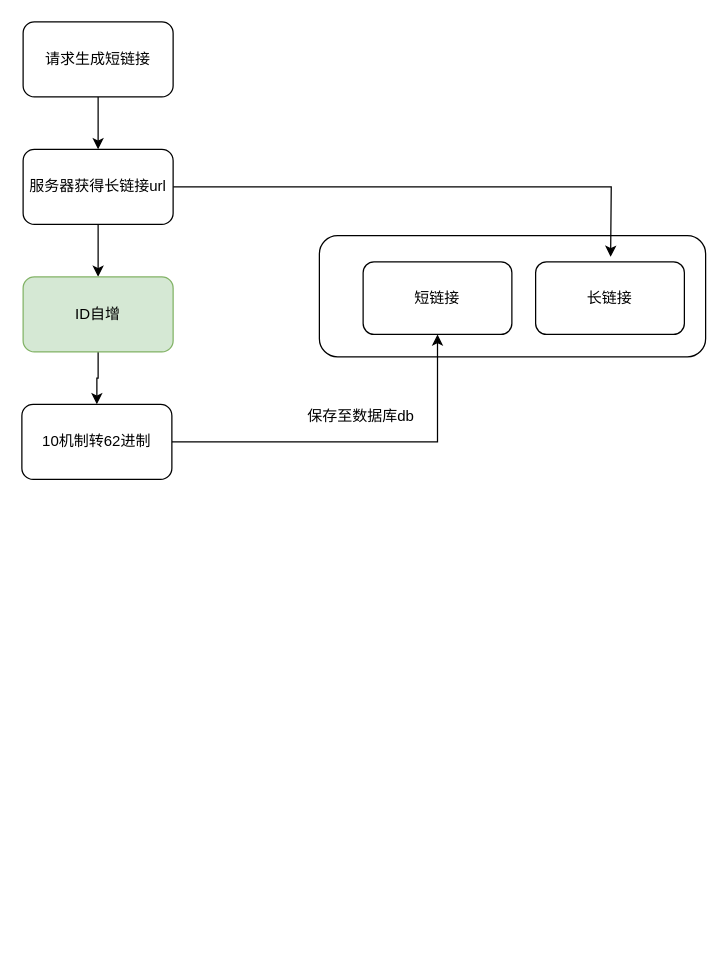
leechliao/drawio keeps this draw.io diagram as page "短链接生成" (2 of 7) of shorturl.drawio. Above is the earlier version. Source tidied: cells renumbered, new cells numbered last; positions are measured from the earlier drawing's top-left corner, leaving out a move shared by most shapes. Both pictures are drawn from the tidied source at 125%, with x=0, y=0 at pixel (21, 21).
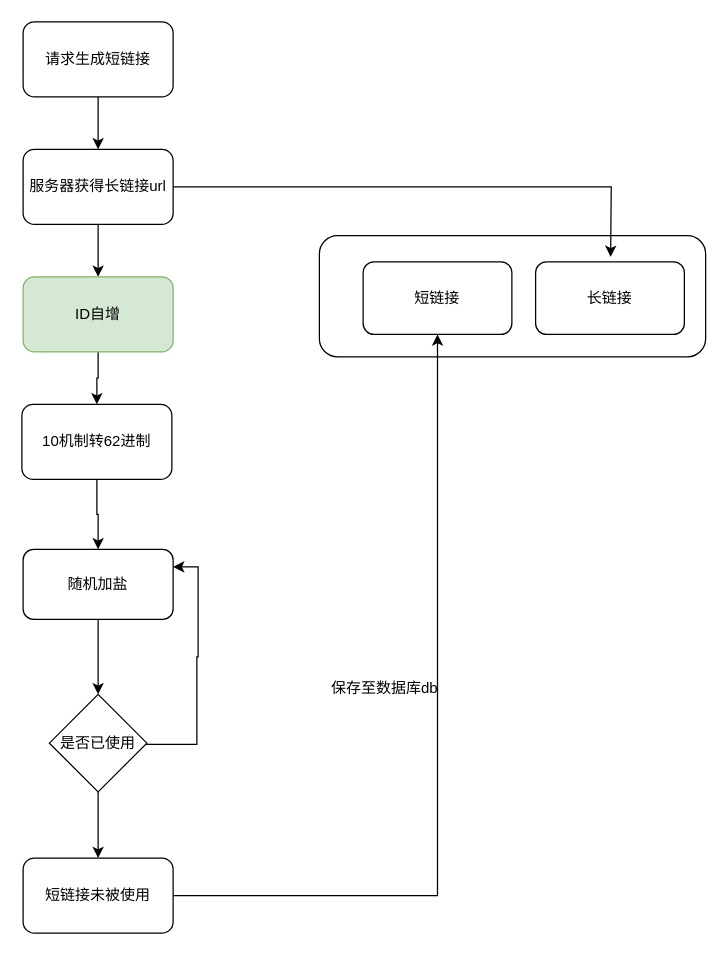
The same page after the edit.

Unchanged cells that the change refers to:
```xml
<mxCell id="9" value="&lt;span&gt;10机制转62进制&lt;/span&gt;" style="rounded=1;whiteSpace=wrap;html=1;" parent="1" vertex="1">
  <mxGeometry y="306" width="120" height="60" as="geometry" />
</mxCell>
<mxCell id="12" value="短链接" style="rounded=1;whiteSpace=wrap;html=1;" parent="1" vertex="1">
  <mxGeometry x="273" y="192" width="119" height="58" as="geometry" />
</mxCell>
```

The edit, as a diff of the source:
```diff
@@
-    <mxCell id="8" style="edgeStyle=orthogonalEdgeStyle;rounded=0;jettySize=auto;html=1;exitX=1;exitY=0.5;exitDx=0;exitDy=0;" parent="1" edge="1" source="9" target="12">
+    <mxCell id="8" style="edgeStyle=orthogonalEdgeStyle;rounded=0;jettySize=auto;html=1;exitX=1;exitY=0.5;exitDx=0;exitDy=0;" parent="1" edge="1" source="21" target="12">
       <mxGeometry relative="1" as="geometry" />
     </mxCell>
+    <mxCell id="15" style="edgeStyle=orthogonalEdgeStyle;rounded=0;jettySize=auto;html=1;" parent="1" edge="1" source="9" target="17">
+      <mxGeometry relative="1" as="geometry" />
+    </mxCell>
@@
     <mxCell id="14" value="保存至数据库db" style="text;html=1;strokeColor=none;fillColor=none;align=center;verticalAlign=middle;whiteSpace=wrap;rounded=0;" parent="1" vertex="1">
-      <mxGeometry x="214" y="298" width="115" height="35" as="geometry" />
+      <mxGeometry x="233" y="515" width="115" height="35" as="geometry" />
     </mxCell>
+    <mxCell id="16" style="edgeStyle=orthogonalEdgeStyle;rounded=0;jettySize=auto;html=1;" parent="1" edge="1" source="17" target="20">
+      <mxGeometry relative="1" as="geometry" />
+    </mxCell>
+    <mxCell id="17" value="随机加盐" style="rounded=1;whiteSpace=wrap;html=1;" parent="1" vertex="1">
+      <mxGeometry x="1" y="422" width="120" height="56" as="geometry" />
+    </mxCell>
+    <mxCell id="18" style="edgeStyle=orthogonalEdgeStyle;rounded=0;jettySize=auto;html=1;" parent="1" edge="1" source="20" target="21">
+      <mxGeometry relative="1" as="geometry" />
+    </mxCell>
+    <mxCell id="19" style="edgeStyle=orthogonalEdgeStyle;rounded=0;jettySize=auto;html=1;entryX=1;entryY=0.25;entryDx=0;entryDy=0;" parent="1" edge="1" source="20" target="17">
+      <mxGeometry relative="1" as="geometry">
+        <Array as="points">
+          <mxPoint x="140" y="578" />
+          <mxPoint x="140" y="508" />
+          <mxPoint x="141" y="436" />
+        </Array>
+      </mxGeometry>
+    </mxCell>
+    <mxCell id="20" value="是否已使用" style="rhombus;whiteSpace=wrap;html=1;" parent="1" vertex="1">
+      <mxGeometry x="22" y="538" width="78" height="78" as="geometry" />
+    </mxCell>
+    <mxCell id="21" value="短链接未被使用" style="rounded=1;whiteSpace=wrap;html=1;" parent="1" vertex="1">
+      <mxGeometry x="1" y="669" width="120" height="60" as="geometry" />
+    </mxCell>
```
